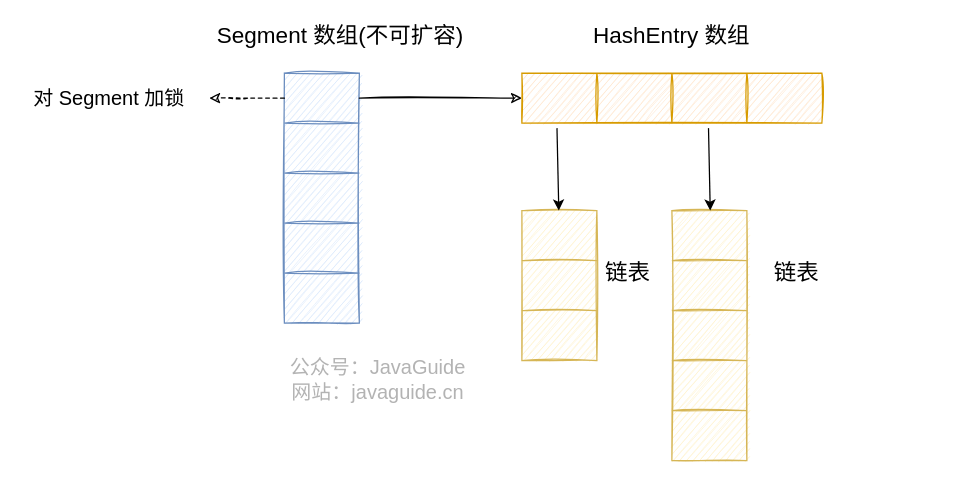
Snailclimb/JavaGuide keeps this draw.io diagram as docs/java/collection/images/java7_concurrenthashmap.drawio. Above is the earlier version. Source tidied: cells renumbered, new cells numbered last; positions are measured from the earlier drawing's top-left corner, leaving out a move shared by most shapes. Both pictures are drawn from the tidied source at 125%, with x=0, y=0 at pixel (21, 22).
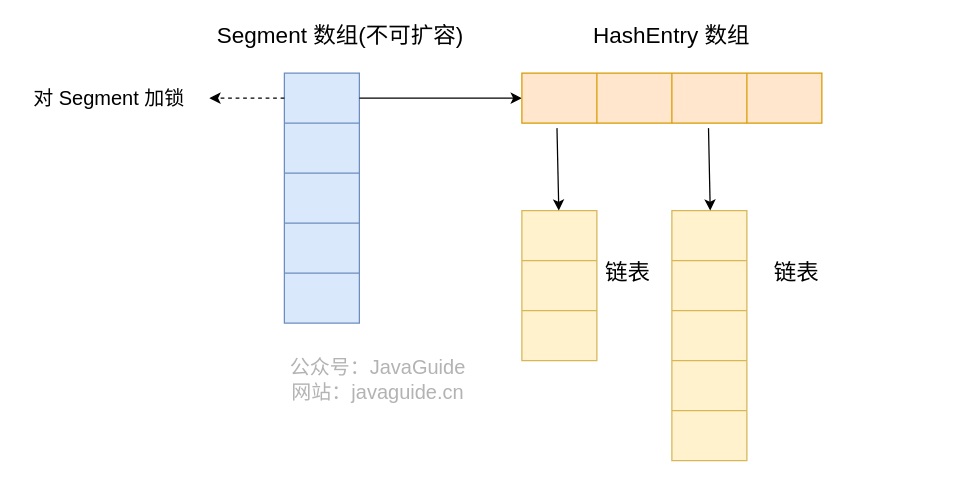
After the change.

What changed in the source:
```diff
@@
-    <mxCell id="2" style="shape=table;html=1;whiteSpace=wrap;startSize=0;childLayout=tableLayout;sketch=1;fillColor=#dae8fc;strokeColor=#6c8ebf;rounded=1;" parent="1" vertex="1">
+    <mxCell id="2" style="shape=table;html=1;whiteSpace=wrap;startSize=0;childLayout=tableLayout;sketch=0;fillColor=#dae8fc;strokeColor=#6c8ebf;rounded=1;" parent="1" vertex="1">
       <mxGeometry x="210" y="40" width="60" height="200" as="geometry" />
     </mxCell>
-    <mxCell id="3" style="shape=partialRectangle;html=1;whiteSpace=wrap;fillColor=none;top=0;left=0;bottom=0;right=0;points=[[0,0.5],[1,0.5]];portConstraint=eastwest;sketch=1;" parent="2" vertex="1">
+    <mxCell id="3" style="shape=partialRectangle;html=1;whiteSpace=wrap;fillColor=none;top=0;left=0;bottom=0;right=0;points=[[0,0.5],[1,0.5]];portConstraint=eastwest;sketch=0;" parent="2" vertex="1">
       <mxGeometry width="60" height="40" as="geometry" />
     </mxCell>
-    <mxCell id="4" style="shape=partialRectangle;html=1;whiteSpace=wrap;overflow=hidden;fillColor=none;top=0;left=0;bottom=0;right=0;sketch=1;" parent="3" vertex="1">
+    <mxCell id="4" style="shape=partialRectangle;html=1;whiteSpace=wrap;overflow=hidden;fillColor=none;top=0;left=0;bottom=0;right=0;sketch=0;" parent="3" vertex="1">
       <mxGeometry width="60" height="40" as="geometry" />
     </mxCell>
-    <mxCell id="5" style="shape=partialRectangle;html=1;whiteSpace=wrap;fillColor=none;top=0;left=0;bottom=0;right=0;sketch=1;" parent="2" vertex="1">
+    <mxCell id="5" style="shape=partialRectangle;html=1;whiteSpace=wrap;fillColor=none;top=0;left=0;bottom=0;right=0;sketch=0;" parent="2" vertex="1">
       <mxGeometry y="40" width="60" height="40" as="geometry" />
     </mxCell>
-    <mxCell id="6" style="shape=partialRectangle;html=1;whiteSpace=wrap;overflow=hidden;fillColor=none;top=0;left=0;bottom=0;right=0;sketch=1;" parent="5" vertex="1">
+    <mxCell id="6" style="shape=partialRectangle;html=1;whiteSpace=wrap;overflow=hidden;fillColor=none;top=0;left=0;bottom=0;right=0;sketch=0;" parent="5" vertex="1">
       <mxGeometry width="60" height="40" as="geometry" />
     </mxCell>
-    <mxCell id="7" style="shape=partialRectangle;html=1;whiteSpace=wrap;fillColor=none;top=0;left=0;bottom=0;right=0;sketch=1;" parent="2" vertex="1">
+    <mxCell id="7" style="shape=partialRectangle;html=1;whiteSpace=wrap;fillColor=none;top=0;left=0;bottom=0;right=0;sketch=0;" parent="2" vertex="1">
       <mxGeometry y="80" width="60" height="40" as="geometry" />
     </mxCell>
-    <mxCell id="8" style="shape=partialRectangle;html=1;whiteSpace=wrap;overflow=hidden;fillColor=none;top=0;left=0;bottom=0;right=0;sketch=1;" parent="7" vertex="1">
+    <mxCell id="8" style="shape=partialRectangle;html=1;whiteSpace=wrap;overflow=hidden;fillColor=none;top=0;left=0;bottom=0;right=0;sketch=0;" parent="7" vertex="1">
       <mxGeometry width="60" height="40" as="geometry" />
     </mxCell>
-    <mxCell id="9" style="shape=partialRectangle;html=1;whiteSpace=wrap;fillColor=none;top=0;left=0;bottom=0;right=0;sketch=1;" parent="2" vertex="1">
+    <mxCell id="9" style="shape=partialRectangle;html=1;whiteSpace=wrap;fillColor=none;top=0;left=0;bottom=0;right=0;sketch=0;" parent="2" vertex="1">
       <mxGeometry y="120" width="60" height="40" as="geometry" />
     </mxCell>
-    <mxCell id="10" style="shape=partialRectangle;html=1;whiteSpace=wrap;overflow=hidden;fillColor=none;top=0;left=0;bottom=0;right=0;sketch=1;" parent="9" vertex="1">
+    <mxCell id="10" style="shape=partialRectangle;html=1;whiteSpace=wrap;overflow=hidden;fillColor=none;top=0;left=0;bottom=0;right=0;sketch=0;" parent="9" vertex="1">
       <mxGeometry width="60" height="40" as="geometry" />
     </mxCell>
-    <mxCell id="11" style="shape=partialRectangle;html=1;whiteSpace=wrap;fillColor=none;top=0;left=0;bottom=0;right=0;sketch=1;" parent="2" vertex="1">
+    <mxCell id="11" style="shape=partialRectangle;html=1;whiteSpace=wrap;fillColor=none;top=0;left=0;bottom=0;right=0;sketch=0;" parent="2" vertex="1">
       <mxGeometry y="160" width="60" height="40" as="geometry" />
     </mxCell>
-    <mxCell id="12" style="shape=partialRectangle;html=1;whiteSpace=wrap;overflow=hidden;fillColor=none;top=0;left=0;bottom=0;right=0;sketch=1;" parent="11" vertex="1">
+    <mxCell id="12" style="shape=partialRectangle;html=1;whiteSpace=wrap;overflow=hidden;fillColor=none;top=0;left=0;bottom=0;right=0;sketch=0;" parent="11" vertex="1">
       <mxGeometry width="60" height="40" as="geometry" />
     </mxCell>
-    <mxCell id="13" value="&lt;font style=&quot;font-size: 18px&quot;&gt;Segment 数组(不可扩容)&lt;/font&gt;" style="text;html=1;strokeColor=none;fillColor=none;align=center;verticalAlign=middle;whiteSpace=wrap;rounded=0;sketch=1;" parent="1" vertex="1">
+    <mxCell id="13" value="&lt;font style=&quot;font-size: 18px&quot;&gt;Segment 数组(不可扩容)&lt;/font&gt;" style="text;html=1;strokeColor=none;fillColor=none;align=center;verticalAlign=middle;whiteSpace=wrap;rounded=0;sketch=0;" parent="1" vertex="1">
       <mxGeometry x="140" width="230" height="20" as="geometry" />
     </mxCell>
-    <mxCell id="14" style="edgeStyle=orthogonalEdgeStyle;rounded=0;jettySize=auto;html=1;entryX=0;entryY=0.5;entryDx=0;entryDy=0;sketch=1;" parent="1" edge="1" source="3" target="18">
+    <mxCell id="14" style="edgeStyle=orthogonalEdgeStyle;rounded=0;jettySize=auto;html=1;entryX=0;entryY=0.5;entryDx=0;entryDy=0;sketch=0;" parent="1" edge="1" source="3" target="18">
       <mxGeometry relative="1" as="geometry" />
     </mxCell>
-    <mxCell id="15" value="公众号：JavaGuide&lt;br style=&quot;font-size: 16px;&quot;&gt;网站：javaguide.cn" style="text;html=1;strokeColor=none;fillColor=none;align=center;verticalAlign=middle;whiteSpace=wrap;rounded=0;labelBackgroundColor=none;fontSize=16;fontColor=#B3B3B3;rotation=0;sketch=1;shadow=0;" parent="1" vertex="1">
+    <mxCell id="15" value="公众号：JavaGuide&lt;br style=&quot;font-size: 16px;&quot;&gt;网站：javaguide.cn" style="text;html=1;strokeColor=none;fillColor=none;align=center;verticalAlign=middle;whiteSpace=wrap;rounded=0;labelBackgroundColor=none;fontSize=16;fontColor=#B3B3B3;rotation=0;sketch=0;shadow=0;" parent="1" vertex="1">
       <mxGeometry x="200" y="280" width="170" height="10" as="geometry" />
     </mxCell>
-    <mxCell id="16" value="&lt;font style=&quot;font-size: 18px&quot;&gt;HashEntry 数组&lt;/font&gt;" style="text;html=1;strokeColor=none;fillColor=none;align=center;verticalAlign=middle;whiteSpace=wrap;rounded=0;sketch=1;" parent="1" vertex="1">
+    <mxCell id="16" value="&lt;font style=&quot;font-size: 18px&quot;&gt;HashEntry 数组&lt;/font&gt;" style="text;html=1;strokeColor=none;fillColor=none;align=center;verticalAlign=middle;whiteSpace=wrap;rounded=0;sketch=0;" parent="1" vertex="1">
       <mxGeometry x="405" width="230" height="20" as="geometry" />
     </mxCell>
-    <mxCell id="17" style="shape=table;html=1;whiteSpace=wrap;startSize=0;childLayout=tableLayout;rounded=1;strokeColor=#d79b00;fillColor=#ffe6cc;sketch=1;" parent="1" vertex="1">
+    <mxCell id="17" style="shape=table;html=1;whiteSpace=wrap;startSize=0;childLayout=tableLayout;rounded=1;strokeColor=#d79b00;fillColor=#ffe6cc;sketch=0;" parent="1" vertex="1">
       <mxGeometry x="400" y="40" width="240" height="40" as="geometry" />
     </mxCell>
-    <mxCell id="18" style="shape=partialRectangle;html=1;whiteSpace=wrap;fillColor=none;top=0;left=0;bottom=0;right=0;points=[[0,0.5],[1,0.5]];portConstraint=eastwest;sketch=1;" parent="17" vertex="1">
+    <mxCell id="18" style="shape=partialRectangle;html=1;whiteSpace=wrap;fillColor=none;top=0;left=0;bottom=0;right=0;points=[[0,0.5],[1,0.5]];portConstraint=eastwest;sketch=0;" parent="17" vertex="1">
       <mxGeometry width="240" height="40" as="geometry" />
     </mxCell>
-    <mxCell id="19" style="shape=partialRectangle;html=1;whiteSpace=wrap;overflow=hidden;fillColor=none;top=0;left=0;bottom=0;right=0;sketch=1;" parent="18" vertex="1">
+    <mxCell id="19" style="shape=partialRectangle;html=1;whiteSpace=wrap;overflow=hidden;fillColor=none;top=0;left=0;bottom=0;right=0;sketch=0;" parent="18" vertex="1">
       <mxGeometry width="60" height="40" as="geometry" />
     </mxCell>
-    <mxCell id="20" style="shape=partialRectangle;html=1;whiteSpace=wrap;overflow=hidden;fillColor=none;top=0;left=0;bottom=0;right=0;sketch=1;" parent="18" vertex="1">
+    <mxCell id="20" style="shape=partialRectangle;html=1;whiteSpace=wrap;overflow=hidden;fillColor=none;top=0;left=0;bottom=0;right=0;sketch=0;" parent="18" vertex="1">
       <mxGeometry x="60" width="60" height="40" as="geometry" />
     </mxCell>
-    <mxCell id="21" style="shape=partialRectangle;html=1;whiteSpace=wrap;overflow=hidden;fillColor=none;top=0;left=0;bottom=0;right=0;sketch=1;" parent="18" vertex="1">
+    <mxCell id="21" style="shape=partialRectangle;html=1;whiteSpace=wrap;overflow=hidden;fillColor=none;top=0;left=0;bottom=0;right=0;sketch=0;" parent="18" vertex="1">
       <mxGeometry x="120" width="60" height="40" as="geometry" />
     </mxCell>
-    <mxCell id="22" style="shape=partialRectangle;html=1;whiteSpace=wrap;overflow=hidden;fillColor=none;top=0;left=0;bottom=0;right=0;sketch=1;" parent="18" vertex="1">
+    <mxCell id="22" style="shape=partialRectangle;html=1;whiteSpace=wrap;overflow=hidden;fillColor=none;top=0;left=0;bottom=0;right=0;sketch=0;" parent="18" vertex="1">
       <mxGeometry x="180" width="60" height="40" as="geometry" />
     </mxCell>
-    <mxCell id="23" style="shape=table;html=1;whiteSpace=wrap;startSize=0;childLayout=tableLayout;sketch=1;fillColor=#fff2cc;strokeColor=#d6b656;rounded=1;" parent="1" vertex="1">
+    <mxCell id="23" style="shape=table;html=1;whiteSpace=wrap;startSize=0;childLayout=tableLayout;sketch=0;fillColor=#fff2cc;strokeColor=#d6b656;rounded=1;" parent="1" vertex="1">
       <mxGeometry x="400" y="150" width="60" height="120" as="geometry" />
     </mxCell>
-    <mxCell id="24" style="shape=partialRectangle;html=1;whiteSpace=wrap;fillColor=none;top=0;left=0;bottom=0;right=0;points=[[0,0.5],[1,0.5]];portConstraint=eastwest;sketch=1;" parent="23" vertex="1">
+    <mxCell id="24" style="shape=partialRectangle;html=1;whiteSpace=wrap;fillColor=none;top=0;left=0;bottom=0;right=0;points=[[0,0.5],[1,0.5]];portConstraint=eastwest;sketch=0;" parent="23" vertex="1">
       <mxGeometry width="60" height="40" as="geometry" />
     </mxCell>
-    <mxCell id="25" style="shape=partialRectangle;html=1;whiteSpace=wrap;overflow=hidden;fillColor=none;top=0;left=0;bottom=0;right=0;sketch=1;" parent="24" vertex="1">
+    <mxCell id="25" style="shape=partialRectangle;html=1;whiteSpace=wrap;overflow=hidden;fillColor=none;top=0;left=0;bottom=0;right=0;sketch=0;" parent="24" vertex="1">
       <mxGeometry width="60" height="40" as="geometry" />
     </mxCell>
-    <mxCell id="26" style="shape=partialRectangle;html=1;whiteSpace=wrap;fillColor=none;top=0;left=0;bottom=0;right=0;sketch=1;" parent="23" vertex="1">
+    <mxCell id="26" style="shape=partialRectangle;html=1;whiteSpace=wrap;fillColor=none;top=0;left=0;bottom=0;right=0;sketch=0;" parent="23" vertex="1">
       <mxGeometry y="40" width="60" height="40" as="geometry" />
     </mxCell>
-    <mxCell id="27" style="shape=partialRectangle;html=1;whiteSpace=wrap;overflow=hidden;fillColor=none;top=0;left=0;bottom=0;right=0;sketch=1;" parent="26" vertex="1">
+    <mxCell id="27" style="shape=partialRectangle;html=1;whiteSpace=wrap;overflow=hidden;fillColor=none;top=0;left=0;bottom=0;right=0;sketch=0;" parent="26" vertex="1">
       <mxGeometry width="60" height="40" as="geometry" />
     </mxCell>
-    <mxCell id="28" style="shape=partialRectangle;html=1;whiteSpace=wrap;fillColor=none;top=0;left=0;bottom=0;right=0;sketch=1;" parent="23" vertex="1">
+    <mxCell id="28" style="shape=partialRectangle;html=1;whiteSpace=wrap;fillColor=none;top=0;left=0;bottom=0;right=0;sketch=0;" parent="23" vertex="1">
       <mxGeometry y="80" width="60" height="40" as="geometry" />
     </mxCell>
-    <mxCell id="29" style="shape=partialRectangle;html=1;whiteSpace=wrap;overflow=hidden;fillColor=none;top=0;left=0;bottom=0;right=0;sketch=1;" parent="28" vertex="1">
+    <mxCell id="29" style="shape=partialRectangle;html=1;whiteSpace=wrap;overflow=hidden;fillColor=none;top=0;left=0;bottom=0;right=0;sketch=0;" parent="28" vertex="1">
       <mxGeometry width="60" height="40" as="geometry" />
     </mxCell>
-    <mxCell id="30" style="shape=table;html=1;whiteSpace=wrap;startSize=0;childLayout=tableLayout;sketch=1;fillColor=#fff2cc;strokeColor=#d6b656;rounded=1;" parent="1" vertex="1">
+    <mxCell id="30" style="shape=table;html=1;whiteSpace=wrap;startSize=0;childLayout=tableLayout;sketch=0;fillColor=#fff2cc;strokeColor=#d6b656;rounded=1;" parent="1" vertex="1">
       <mxGeometry x="520" y="150" width="60" height="200" as="geometry" />
     </mxCell>
-    <mxCell id="31" style="shape=partialRectangle;html=1;whiteSpace=wrap;fillColor=none;top=0;left=0;bottom=0;right=0;sketch=1;" parent="30" vertex="1">
+    <mxCell id="31" style="shape=partialRectangle;html=1;whiteSpace=wrap;fillColor=none;top=0;left=0;bottom=0;right=0;sketch=0;" parent="30" vertex="1">
       <mxGeometry width="60" height="40" as="geometry" />
     </mxCell>
-    <mxCell id="32" style="shape=partialRectangle;html=1;whiteSpace=wrap;overflow=hidden;fillColor=none;top=0;left=0;bottom=0;right=0;sketch=1;" parent="31" vertex="1">
+    <mxCell id="32" style="shape=partialRectangle;html=1;whiteSpace=wrap;overflow=hidden;fillColor=none;top=0;left=0;bottom=0;right=0;sketch=0;" parent="31" vertex="1">
       <mxGeometry width="60" height="40" as="geometry" />
     </mxCell>
-    <mxCell id="33" style="shape=partialRectangle;html=1;whiteSpace=wrap;fillColor=none;top=0;left=0;bottom=0;right=0;sketch=1;" parent="30" vertex="1">
+    <mxCell id="33" style="shape=partialRectangle;html=1;whiteSpace=wrap;fillColor=none;top=0;left=0;bottom=0;right=0;sketch=0;" parent="30" vertex="1">
       <mxGeometry y="40" width="60" height="40" as="geometry" />
     </mxCell>
-    <mxCell id="34" style="shape=partialRectangle;html=1;whiteSpace=wrap;overflow=hidden;fillColor=none;top=0;left=0;bottom=0;right=0;sketch=1;" parent="33" vertex="1">
+    <mxCell id="34" style="shape=partialRectangle;html=1;whiteSpace=wrap;overflow=hidden;fillColor=none;top=0;left=0;bottom=0;right=0;sketch=0;" parent="33" vertex="1">
       <mxGeometry width="60" height="40" as="geometry" />
     </mxCell>
-    <mxCell id="35" style="shape=partialRectangle;html=1;whiteSpace=wrap;fillColor=none;top=0;left=0;bottom=0;right=0;sketch=1;" parent="30" vertex="1">
+    <mxCell id="35" style="shape=partialRectangle;html=1;whiteSpace=wrap;fillColor=none;top=0;left=0;bottom=0;right=0;sketch=0;" parent="30" vertex="1">
       <mxGeometry y="80" width="60" height="40" as="geometry" />
     </mxCell>
-    <mxCell id="36" style="shape=partialRectangle;html=1;whiteSpace=wrap;overflow=hidden;fillColor=none;top=0;left=0;bottom=0;right=0;sketch=1;" parent="35" vertex="1">
+    <mxCell id="36" style="shape=partialRectangle;html=1;whiteSpace=wrap;overflow=hidden;fillColor=none;top=0;left=0;bottom=0;right=0;sketch=0;" parent="35" vertex="1">
       <mxGeometry width="60" height="40" as="geometry" />
     </mxCell>
-    <mxCell id="37" style="shape=partialRectangle;html=1;whiteSpace=wrap;fillColor=none;top=0;left=0;bottom=0;right=0;sketch=1;" parent="30" vertex="1">
+    <mxCell id="37" style="shape=partialRectangle;html=1;whiteSpace=wrap;fillColor=none;top=0;left=0;bottom=0;right=0;sketch=0;" parent="30" vertex="1">
       <mxGeometry y="120" width="60" height="40" as="geometry" />
     </mxCell>
-    <mxCell id="38" style="shape=partialRectangle;html=1;whiteSpace=wrap;overflow=hidden;fillColor=none;top=0;left=0;bottom=0;right=0;sketch=1;" parent="37" vertex="1">
+    <mxCell id="38" style="shape=partialRectangle;html=1;whiteSpace=wrap;overflow=hidden;fillColor=none;top=0;left=0;bottom=0;right=0;sketch=0;" parent="37" vertex="1">
       <mxGeometry width="60" height="40" as="geometry" />
     </mxCell>
-    <mxCell id="39" style="shape=partialRectangle;html=1;whiteSpace=wrap;fillColor=none;top=0;left=0;bottom=0;right=0;sketch=1;" parent="30" vertex="1">
+    <mxCell id="39" style="shape=partialRectangle;html=1;whiteSpace=wrap;fillColor=none;top=0;left=0;bottom=0;right=0;sketch=0;" parent="30" vertex="1">
       <mxGeometry y="160" width="60" height="40" as="geometry" />
     </mxCell>
-    <mxCell id="40" style="shape=partialRectangle;html=1;whiteSpace=wrap;overflow=hidden;fillColor=none;top=0;left=0;bottom=0;right=0;sketch=1;" parent="39" vertex="1">
+    <mxCell id="40" style="shape=partialRectangle;html=1;whiteSpace=wrap;overflow=hidden;fillColor=none;top=0;left=0;bottom=0;right=0;sketch=0;" parent="39" vertex="1">
       <mxGeometry width="60" height="40" as="geometry" />
     </mxCell>
-    <mxCell id="41" style="endArrow=classic;html=1;exitX=0.117;exitY=1.1;exitDx=0;exitDy=0;exitPerimeter=0;" parent="1" edge="1" source="17" target="24">
+    <mxCell id="41" style="endArrow=classic;html=1;exitX=0.117;exitY=1.1;exitDx=0;exitDy=0;exitPerimeter=0;sketch=0;" parent="1" edge="1" source="17" target="24">
       <mxGeometry relative="1" as="geometry" />
     </mxCell>
-    <mxCell id="42" style="endArrow=classic;html=1;exitX=0.117;exitY=1.1;exitDx=0;exitDy=0;exitPerimeter=0;" parent="1" edge="1">
+    <mxCell id="42" style="endArrow=classic;html=1;exitX=0.117;exitY=1.1;exitDx=0;exitDy=0;exitPerimeter=0;sketch=0;" parent="1" edge="1">
       <mxGeometry relative="1" as="geometry">
         <mxPoint x="549.3" y="84" as="sourcePoint" />
         <mxPoint x="550.7" y="150" as="targetPoint" />
       </mxGeometry>
     </mxCell>
-    <mxCell id="43" value="&lt;font style=&quot;font-size: 18px&quot;&gt;链表&lt;/font&gt;" style="text;html=1;strokeColor=none;fillColor=none;align=center;verticalAlign=middle;whiteSpace=wrap;rounded=0;sketch=1;" parent="1" vertex="1">
+    <mxCell id="43" value="&lt;font style=&quot;font-size: 18px&quot;&gt;链表&lt;/font&gt;" style="text;html=1;strokeColor=none;fillColor=none;align=center;verticalAlign=middle;whiteSpace=wrap;rounded=0;sketch=0;" parent="1" vertex="1">
       <mxGeometry x="370" y="190" width="230" height="20" as="geometry" />
     </mxCell>
-    <mxCell id="44" value="&lt;font style=&quot;font-size: 18px&quot;&gt;链表&lt;/font&gt;" style="text;html=1;strokeColor=none;fillColor=none;align=center;verticalAlign=middle;whiteSpace=wrap;rounded=0;sketch=1;" parent="1" vertex="1">
+    <mxCell id="44" value="&lt;font style=&quot;font-size: 18px&quot;&gt;链表&lt;/font&gt;" style="text;html=1;strokeColor=none;fillColor=none;align=center;verticalAlign=middle;whiteSpace=wrap;rounded=0;sketch=0;" parent="1" vertex="1">
       <mxGeometry x="505" y="190" width="230" height="20" as="geometry" />
     </mxCell>
-    <mxCell id="45" value="对 Segment 加锁" style="text;html=1;strokeColor=none;fillColor=none;align=center;verticalAlign=middle;whiteSpace=wrap;rounded=0;fontSize=16;" parent="1" vertex="1">
+    <mxCell id="45" value="对 Segment 加锁" style="text;html=1;strokeColor=none;fillColor=none;align=center;verticalAlign=middle;whiteSpace=wrap;rounded=0;fontSize=16;sketch=0;" parent="1" vertex="1">
       <mxGeometry y="50" width="140" height="20" as="geometry" />
     </mxCell>
-    <mxCell id="46" style="edgeStyle=orthogonalEdgeStyle;rounded=0;jettySize=auto;html=1;sketch=1;dashed=1;" parent="1" edge="1" source="3">
+    <mxCell id="46" style="edgeStyle=orthogonalEdgeStyle;rounded=0;jettySize=auto;html=1;sketch=0;dashed=1;" parent="1" edge="1" source="3">
       <mxGeometry relative="1" as="geometry">
         <mxPoint x="150" y="60" as="targetPoint" />
       </mxGeometry>
     </mxCell>
```
